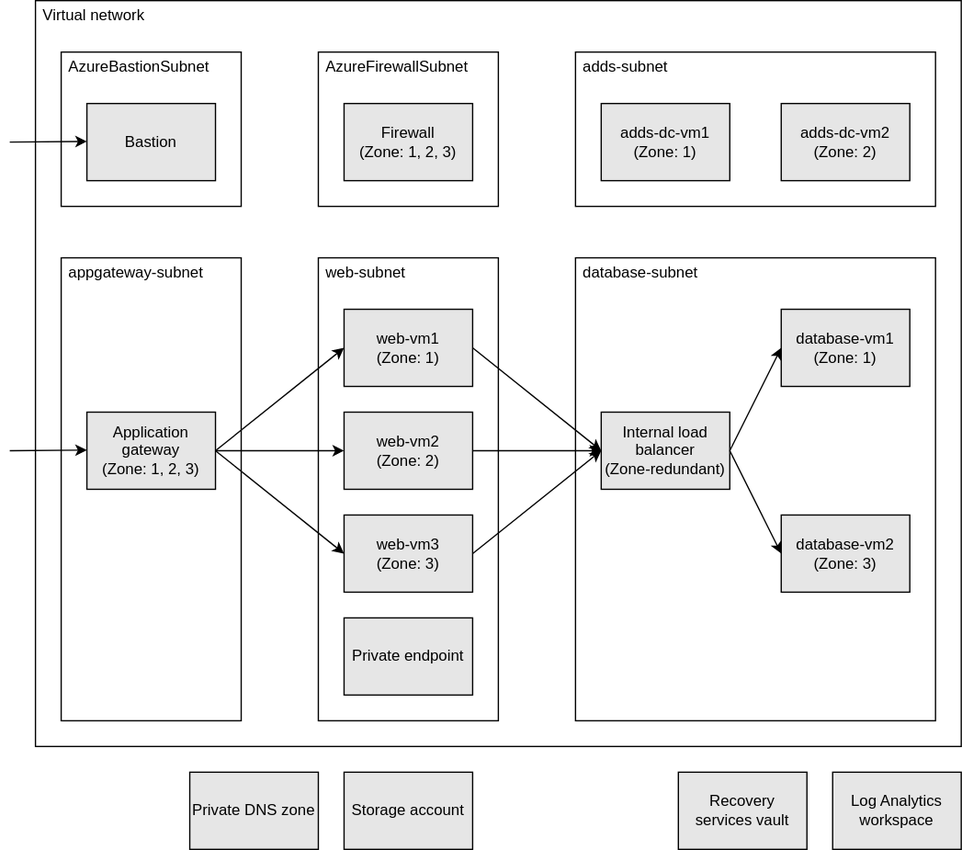
Before: arm-templates/Demo-RolePlaying-PoC/iaas/template.drawio.svg, a diagram exported from draw.io (tksh164/azure-demo-scripts-templates). Source tidied: cells renumbered, new cells last; positions are measured from the earlier drawing's top-left corner, leaving out a move shared by most shapes.
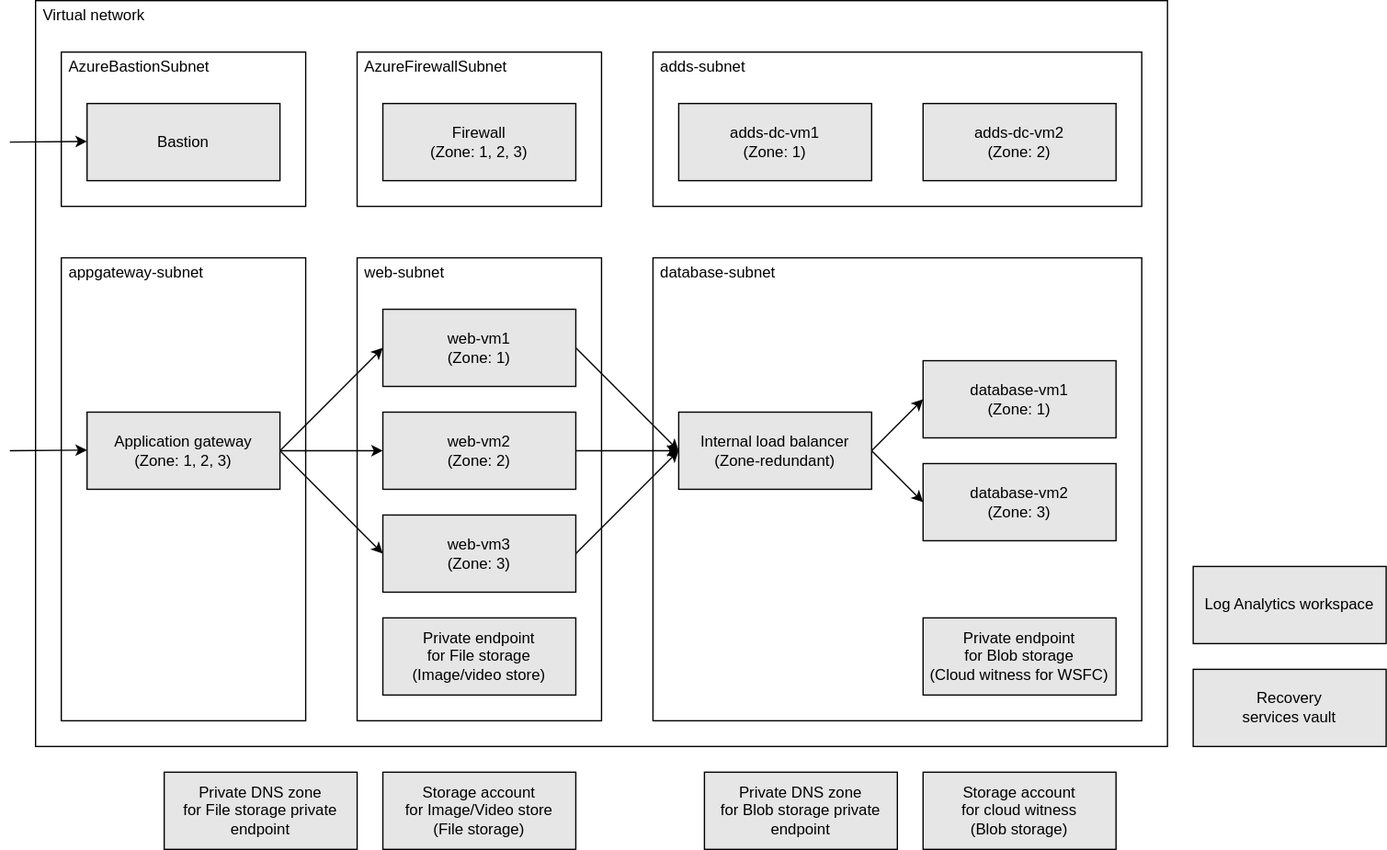
After the change.

Commit message:
Add WSFC cloud witness related resources

Change to the diagram source:
```diff
@@ -3,68 +3,68 @@
     <mxCell id="0" />
     <mxCell id="1" parent="0" />
     <mxCell id="2" value="Virtual network" style="rounded=0;whiteSpace=wrap;html=1;align=left;verticalAlign=top;spacing=0;spacingLeft=6;fillColor=#ffffff;fontColor=#000000;strokeColor=#000000;" parent="1" vertex="1">
-      <mxGeometry x="20" width="720" height="580" as="geometry" />
+      <mxGeometry x="40" width="880" height="580" as="geometry" />
     </mxCell>
     <mxCell id="3" value="adds-subnet" style="rounded=0;whiteSpace=wrap;html=1;align=left;verticalAlign=top;spacing=0;spacingLeft=6;fillColor=none;strokeColor=#000000;fontColor=#000000;" parent="1" vertex="1">
-      <mxGeometry x="440" y="40" width="280" height="120" as="geometry" />
+      <mxGeometry x="520" y="40" width="380" height="120" as="geometry" />
     </mxCell>
     <mxCell id="4" value="adds-dc-vm1&lt;br&gt;(Zone: 1)" style="rounded=0;whiteSpace=wrap;html=1;fillColor=#E6E6E6;strokeColor=#000000;fontColor=#000000;" parent="1" vertex="1">
-      <mxGeometry x="460" y="80" width="100" height="60" as="geometry" />
+      <mxGeometry x="540" y="80" width="150" height="60" as="geometry" />
     </mxCell>
     <mxCell id="5" value="adds-dc-vm2&lt;br&gt;(Zone: 2)" style="rounded=0;whiteSpace=wrap;html=1;fillColor=#E6E6E6;strokeColor=#000000;fontColor=#000000;" parent="1" vertex="1">
-      <mxGeometry x="600" y="80" width="100" height="60" as="geometry" />
+      <mxGeometry x="730" y="80" width="150" height="60" as="geometry" />
     </mxCell>
     <mxCell id="6" value="database-subnet" style="rounded=0;whiteSpace=wrap;html=1;align=left;verticalAlign=top;spacing=0;spacingLeft=6;fillColor=none;strokeColor=#000000;fontColor=#000000;" parent="1" vertex="1">
-      <mxGeometry x="440" y="200" width="280" height="360" as="geometry" />
+      <mxGeometry x="520" y="200" width="380" height="360" as="geometry" />
     </mxCell>
     <mxCell id="7" value="database-vm1&lt;br&gt;(Zone: 1)" style="rounded=0;whiteSpace=wrap;html=1;fillColor=#E6E6E6;strokeColor=#000000;fontColor=#000000;" parent="1" vertex="1">
-      <mxGeometry x="600" y="240" width="100" height="60" as="geometry" />
+      <mxGeometry x="730" y="280" width="150" height="60" as="geometry" />
     </mxCell>
     <mxCell id="8" value="database-vm2&lt;br&gt;(Zone: 3)" style="rounded=0;whiteSpace=wrap;html=1;fillColor=#E6E6E6;strokeColor=#000000;fontColor=#000000;" parent="1" vertex="1">
-      <mxGeometry x="600" y="400" width="100" height="60" as="geometry" />
+      <mxGeometry x="730" y="360" width="150" height="60" as="geometry" />
     </mxCell>
     <mxCell id="9" value="web-subnet" style="rounded=0;whiteSpace=wrap;html=1;align=left;verticalAlign=top;spacing=0;spacingLeft=6;fillColor=none;strokeColor=#000000;fontColor=#000000;" parent="1" vertex="1">
-      <mxGeometry x="240" y="200" width="140" height="360" as="geometry" />
+      <mxGeometry x="290" y="200" width="190" height="360" as="geometry" />
     </mxCell>
     <mxCell id="10" value="web-vm1&lt;br&gt;(Zone: 1)" style="rounded=0;whiteSpace=wrap;html=1;fillColor=#E6E6E6;strokeColor=#000000;fontColor=#000000;" parent="1" vertex="1">
-      <mxGeometry x="260" y="240" width="100" height="60" as="geometry" />
+      <mxGeometry x="310" y="240" width="150" height="60" as="geometry" />
     </mxCell>
     <mxCell id="11" value="web-vm2&lt;br&gt;(Zone: 2)" style="rounded=0;whiteSpace=wrap;html=1;fillColor=#E6E6E6;strokeColor=#000000;fontColor=#000000;" parent="1" vertex="1">
-      <mxGeometry x="260" y="320" width="100" height="60" as="geometry" />
+      <mxGeometry x="310" y="320" width="150" height="60" as="geometry" />
     </mxCell>
     <mxCell id="12" value="web-vm3&lt;br&gt;(Zone: 3)" style="rounded=0;whiteSpace=wrap;html=1;fillColor=#E6E6E6;strokeColor=#000000;fontColor=#000000;" parent="1" vertex="1">
-      <mxGeometry x="260" y="400" width="100" height="60" as="geometry" />
+      <mxGeometry x="310" y="400" width="150" height="60" as="geometry" />
     </mxCell>
     <mxCell id="13" value="appgateway-subnet" style="rounded=0;whiteSpace=wrap;html=1;align=left;verticalAlign=top;spacing=0;spacingLeft=6;fillColor=none;strokeColor=#000000;fontColor=#000000;" parent="1" vertex="1">
-      <mxGeometry x="40" y="200" width="140" height="360" as="geometry" />
+      <mxGeometry x="60" y="200" width="190" height="360" as="geometry" />
     </mxCell>
     <mxCell id="14" value="AzureFirewallSubnet" style="rounded=0;whiteSpace=wrap;html=1;align=left;verticalAlign=top;spacing=0;spacingLeft=6;fillColor=none;strokeColor=#000000;fontColor=#000000;" parent="1" vertex="1">
-      <mxGeometry x="240" y="40" width="140" height="120" as="geometry" />
+      <mxGeometry x="290" y="40" width="190" height="120" as="geometry" />
     </mxCell>
     <mxCell id="15" value="AzureBastionSubnet" style="rounded=0;whiteSpace=wrap;html=1;align=left;verticalAlign=top;spacing=0;spacingLeft=6;fillColor=none;strokeColor=#000000;fontColor=#000000;" parent="1" vertex="1">
-      <mxGeometry x="40" y="40" width="140" height="120" as="geometry" />
+      <mxGeometry x="60" y="40" width="190" height="120" as="geometry" />
     </mxCell>
     <mxCell id="16" value="Application gateway&lt;br&gt;(Zone: 1, 2, 3)" style="rounded=0;whiteSpace=wrap;html=1;fillColor=#E6E6E6;strokeColor=#000000;fontColor=#000000;" parent="1" vertex="1">
-      <mxGeometry x="60" y="320" width="100" height="60" as="geometry" />
+      <mxGeometry x="80" y="320" width="150" height="60" as="geometry" />
     </mxCell>
     <mxCell id="17" value="Firewall&lt;br&gt;(Zone: 1, 2, 3)" style="rounded=0;whiteSpace=wrap;html=1;fillColor=#E6E6E6;strokeColor=#000000;fontColor=#000000;" parent="1" vertex="1">
-      <mxGeometry x="260" y="80" width="100" height="60" as="geometry" />
+      <mxGeometry x="310" y="80" width="150" height="60" as="geometry" />
     </mxCell>
     <mxCell id="18" value="Bastion" style="rounded=0;whiteSpace=wrap;html=1;fillColor=#E6E6E6;strokeColor=#000000;fontColor=#000000;" parent="1" vertex="1">
-      <mxGeometry x="60" y="80" width="100" height="60" as="geometry" />
+      <mxGeometry x="80" y="80" width="150" height="60" as="geometry" />
     </mxCell>
     <mxCell id="19" value="Internal load balancer&lt;br&gt;(Zone-redundant)" style="rounded=0;whiteSpace=wrap;html=1;fillColor=#E6E6E6;strokeColor=#000000;fontColor=#000000;" parent="1" vertex="1">
-      <mxGeometry x="460" y="320" width="100" height="60" as="geometry" />
+      <mxGeometry x="540" y="320" width="150" height="60" as="geometry" />
     </mxCell>
-    <mxCell id="20" value="Private endpoint" style="rounded=0;whiteSpace=wrap;html=1;fillColor=#E6E6E6;strokeColor=#000000;fontColor=#000000;" parent="1" vertex="1">
-      <mxGeometry x="260" y="480" width="100" height="60" as="geometry" />
+    <mxCell id="20" value="Private endpoint&lt;br&gt;for File storage&lt;br&gt;(Image/video store)" style="rounded=0;whiteSpace=wrap;html=1;fillColor=#E6E6E6;strokeColor=#000000;fontColor=#000000;" parent="1" vertex="1">
+      <mxGeometry x="310" y="480" width="150" height="60" as="geometry" />
     </mxCell>
     <mxCell id="21" style="endArrow=classic;html=1;fontColor=#000000;entryX=0;entryY=0.5;entryDx=0;entryDy=0;exitX=1;exitY=0.5;exitDx=0;exitDy=0;strokeColor=#000000;" parent="1" edge="1" source="16" target="10">
       <mxGeometry relative="1" as="geometry" />
     </mxCell>
     <mxCell id="22" style="endArrow=classic;html=1;fontColor=#000000;entryX=0;entryY=0.5;entryDx=0;entryDy=0;strokeColor=#000000;" parent="1" edge="1" target="11">
       <mxGeometry relative="1" as="geometry">
-        <mxPoint x="160" y="350" as="sourcePoint" />
+        <mxPoint x="230" y="350" as="sourcePoint" />
       </mxGeometry>
     </mxCell>
     <mxCell id="23" style="endArrow=classic;html=1;fontColor=#000000;entryX=0;entryY=0.5;entryDx=0;entryDy=0;exitX=1;exitY=0.5;exitDx=0;exitDy=0;strokeColor=#000000;" parent="1" edge="1" source="16" target="12">
@@ -85,29 +85,38 @@
     <mxCell id="28" style="endArrow=classic;html=1;fontColor=#000000;entryX=0;entryY=0.5;entryDx=0;entryDy=0;exitX=1;exitY=0.5;exitDx=0;exitDy=0;strokeColor=#000000;" parent="1" edge="1" source="19" target="8">
       <mxGeometry relative="1" as="geometry" />
     </mxCell>
-    <mxCell id="29" value="Storage account" style="rounded=0;whiteSpace=wrap;html=1;fillColor=#E6E6E6;strokeColor=#000000;fontColor=#000000;" parent="1" vertex="1">
-      <mxGeometry x="260" y="600" width="100" height="60" as="geometry" />
+    <mxCell id="29" value="Storage account&lt;br&gt;for Image/Video store&lt;br&gt;(File storage)" style="rounded=0;whiteSpace=wrap;html=1;fillColor=#E6E6E6;strokeColor=#000000;fontColor=#000000;" parent="1" vertex="1">
+      <mxGeometry x="310" y="600" width="150" height="60" as="geometry" />
     </mxCell>
-    <mxCell id="30" value="Private DNS zone" style="rounded=0;whiteSpace=wrap;html=1;fillColor=#E6E6E6;strokeColor=#000000;fontColor=#000000;" parent="1" vertex="1">
-      <mxGeometry x="140" y="600" width="100" height="60" as="geometry" />
+    <mxCell id="30" value="Private DNS zone&lt;br&gt;for File storage private endpoint" style="rounded=0;whiteSpace=wrap;html=1;fillColor=#E6E6E6;strokeColor=#000000;fontColor=#000000;" parent="1" vertex="1">
+      <mxGeometry x="140" y="600" width="150" height="60" as="geometry" />
     </mxCell>
     <mxCell id="31" value="Log Analytics workspace" style="rounded=0;whiteSpace=wrap;html=1;fillColor=#E6E6E6;strokeColor=#000000;fontColor=#000000;" parent="1" vertex="1">
-      <mxGeometry x="640" y="600" width="100" height="60" as="geometry" />
+      <mxGeometry x="940" y="440" width="150" height="60" as="geometry" />
     </mxCell>
     <mxCell id="32" value="Recovery &lt;br&gt;services vault" style="rounded=0;whiteSpace=wrap;html=1;fillColor=#E6E6E6;strokeColor=#000000;fontColor=#000000;" parent="1" vertex="1">
-      <mxGeometry x="520" y="600" width="100" height="60" as="geometry" />
+      <mxGeometry x="940" y="520" width="150" height="60" as="geometry" />
     </mxCell>
     <mxCell id="33" style="endArrow=classic;html=1;fontColor=#000000;entryX=0;entryY=0.5;entryDx=0;entryDy=0;strokeColor=#000000;" parent="1" edge="1">
       <mxGeometry relative="1" as="geometry">
-        <mxPoint y="350" as="sourcePoint" />
-        <mxPoint x="60" y="349.5" as="targetPoint" />
+        <mxPoint x="20" y="350" as="sourcePoint" />
+        <mxPoint x="80" y="349.5" as="targetPoint" />
       </mxGeometry>
     </mxCell>
     <mxCell id="34" style="endArrow=classic;html=1;fontColor=#000000;entryX=0;entryY=0.5;entryDx=0;entryDy=0;strokeColor=#000000;" parent="1" edge="1">
       <mxGeometry relative="1" as="geometry">
-        <mxPoint y="110" as="sourcePoint" />
-        <mxPoint x="60" y="109.5" as="targetPoint" />
+        <mxPoint x="20" y="110" as="sourcePoint" />
+        <mxPoint x="80" y="109.5" as="targetPoint" />
       </mxGeometry>
     </mxCell>
+    <mxCell id="35" value="Private endpoint&lt;br&gt;for Blob storage&lt;br&gt;(Cloud witness for WSFC)" style="rounded=0;whiteSpace=wrap;html=1;fillColor=#E6E6E6;strokeColor=#000000;fontColor=#000000;" parent="1" vertex="1">
+      <mxGeometry x="730" y="480" width="150" height="60" as="geometry" />
+    </mxCell>
+    <mxCell id="36" value="Storage account&lt;br&gt;for cloud witness&lt;br&gt;(Blob storage)" style="rounded=0;whiteSpace=wrap;html=1;fillColor=#E6E6E6;strokeColor=#000000;fontColor=#000000;" parent="1" vertex="1">
+      <mxGeometry x="730" y="600" width="150" height="60" as="geometry" />
+    </mxCell>
+    <mxCell id="37" value="Private DNS zone&lt;br&gt;for Blob storage private endpoint" style="rounded=0;whiteSpace=wrap;html=1;fillColor=#E6E6E6;strokeColor=#000000;fontColor=#000000;" parent="1" vertex="1">
+      <mxGeometry x="560" y="600" width="150" height="60" as="geometry" />
+    </mxCell>
   </root>
 </mxGraphModel>
```
